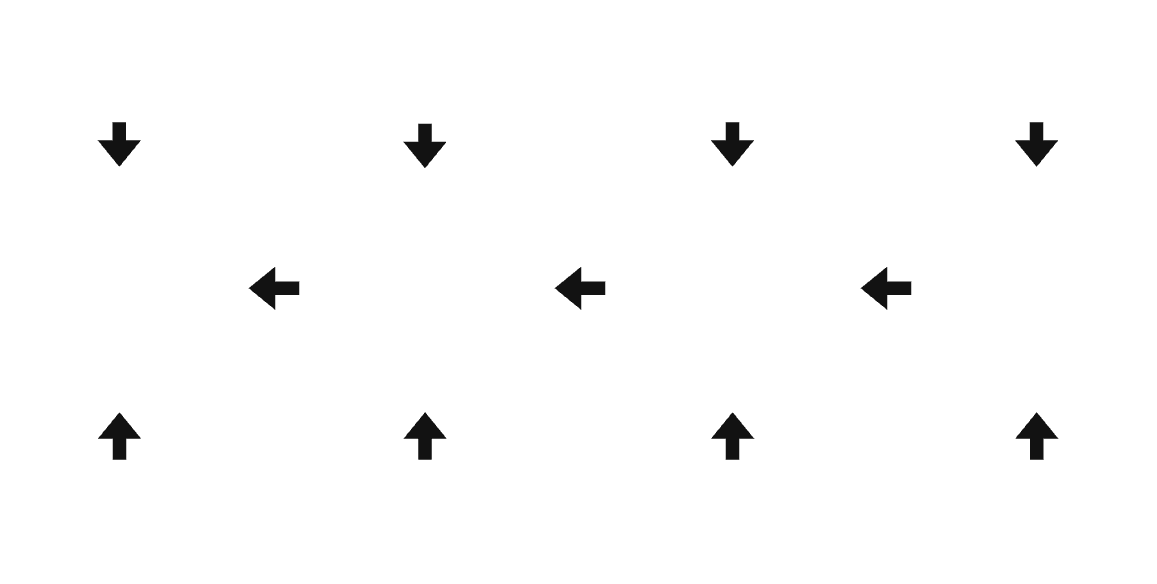
Earlier version of the draw.io export docs/software-arch.drawio.png (RogerVFbr/agentic-ai-content-gen). Source tidied: cells renumbered, new cells last; positions are measured from the earlier drawing's top-left corner, leaving out a move shared by most shapes. Its diagram source:
```xml
<mxGraphModel background="#000000">
  <root>
    <mxCell id="0" />
    <mxCell id="1" parent="0" />
    <mxCell id="2" value="&lt;b&gt;Crosscutting&lt;/b&gt;&lt;div&gt;&lt;br&gt;&lt;div&gt;Base utility implementations&lt;/div&gt;&lt;/div&gt;" style="fillColor=none;strokeColor=default;dashed=0;verticalAlign=top;fontStyle=0;fontColor=#FFFFFF;whiteSpace=wrap;html=1;spacingTop=8;" parent="1" vertex="1">
      <mxGeometry y="314" width="770" height="74" as="geometry" />
    </mxCell>
    <mxCell id="3" value="&lt;b&gt;Configurations&lt;/b&gt;&lt;div&gt;&lt;br&gt;&lt;div&gt;Environment variables loading and validation, configuration parsing, DI container instantiation&lt;/div&gt;&lt;/div&gt;" style="fillColor=none;strokeColor=default;dashed=0;verticalAlign=top;fontStyle=0;fontColor=#FFFFFF;whiteSpace=wrap;html=1;spacingTop=8;" parent="1" vertex="1">
      <mxGeometry width="770" height="74" as="geometry" />
    </mxCell>
    <mxCell id="4" value="&lt;b&gt;Controllers&lt;/b&gt;&lt;div&gt;&lt;br&gt;&lt;div&gt;Application Entrypoints&lt;/div&gt;&lt;div&gt;Application Lifecycle&lt;/div&gt;&lt;/div&gt;&lt;div&gt;Exception Handling&lt;/div&gt;&lt;div&gt;Latency Telemetry&lt;/div&gt;" style="fillColor=none;strokeColor=default;dashed=0;verticalAlign=top;fontStyle=0;fontColor=#FFFFFF;whiteSpace=wrap;html=1;spacingTop=8;spacingLeft=8;spacingRight=8;" parent="1" vertex="1">
      <mxGeometry y="118" width="159" height="148" as="geometry" />
    </mxCell>
    <mxCell id="5" value="&lt;b&gt;Agents&lt;/b&gt;&lt;div&gt;&lt;br&gt;&lt;div&gt;Nodes&lt;/div&gt;&lt;/div&gt;&lt;div&gt;Prompts&lt;/div&gt;&lt;div&gt;Orchestration&lt;/div&gt;&lt;div&gt;State&lt;/div&gt;" style="fillColor=none;strokeColor=default;dashed=0;verticalAlign=top;fontStyle=0;fontColor=#FFFFFF;whiteSpace=wrap;html=1;spacingTop=8;spacingLeft=8;spacingRight=8;" parent="1" vertex="1">
      <mxGeometry x="204" y="118" width="158.5" height="148" as="geometry" />
    </mxCell>
    <mxCell id="6" value="&lt;b&gt;Repositories&lt;/b&gt;&lt;div&gt;&lt;br&gt;&lt;div&gt;Downstream Telemetry&lt;/div&gt;&lt;/div&gt;&lt;div&gt;Exception Handling&lt;/div&gt;&lt;div&gt;Retrying&lt;/div&gt;&lt;div&gt;Quota Management&lt;/div&gt;&lt;div&gt;Semantic Caching&lt;/div&gt;&lt;div&gt;Fallback Handling&lt;/div&gt;" style="fillColor=none;strokeColor=default;dashed=0;verticalAlign=top;fontStyle=0;fontColor=#FFFFFF;whiteSpace=wrap;html=1;spacingTop=8;spacingLeft=8;spacingRight=8;" parent="1" vertex="1">
      <mxGeometry x="409" y="118" width="158.5" height="148" as="geometry" />
    </mxCell>
    <mxCell id="7" value="&lt;b&gt;Infrastructure&lt;/b&gt;&lt;div&gt;&lt;br&gt;&lt;div&gt;Client Wrappers&lt;/div&gt;&lt;/div&gt;" style="fillColor=none;strokeColor=default;dashed=0;verticalAlign=top;fontStyle=0;fontColor=#FFFFFF;whiteSpace=wrap;html=1;spacingTop=8;spacingLeft=8;spacingRight=8;" parent="1" vertex="1">
      <mxGeometry x="612" y="118" width="158" height="148" as="geometry" />
    </mxCell>
    <mxCell id="8" style="shape=flexArrow;endArrow=classic;html=1;rounded=0;fillColor=default;" parent="1" edge="1">
      <mxGeometry relative="1" as="geometry">
        <mxPoint x="79.1" y="80" as="sourcePoint" />
        <mxPoint x="79.1" y="112" as="targetPoint" />
      </mxGeometry>
    </mxCell>
    <mxCell id="9" style="shape=flexArrow;endArrow=classic;html=1;rounded=0;fillColor=default;" parent="1" edge="1">
      <mxGeometry relative="1" as="geometry">
        <mxPoint x="282.8" y="81" as="sourcePoint" />
        <mxPoint x="282.8" y="113" as="targetPoint" />
      </mxGeometry>
    </mxCell>
    <mxCell id="10" style="shape=flexArrow;endArrow=classic;html=1;rounded=0;fillColor=default;" parent="1" edge="1">
      <mxGeometry relative="1" as="geometry">
        <mxPoint x="487.8" y="80" as="sourcePoint" />
        <mxPoint x="487.8" y="112" as="targetPoint" />
      </mxGeometry>
    </mxCell>
    <mxCell id="11" style="shape=flexArrow;endArrow=classic;html=1;rounded=0;fillColor=default;" parent="1" edge="1">
      <mxGeometry relative="1" as="geometry">
        <mxPoint x="690.6" y="80" as="sourcePoint" />
        <mxPoint x="690.6" y="112" as="targetPoint" />
      </mxGeometry>
    </mxCell>
    <mxCell id="12" style="shape=flexArrow;endArrow=classic;html=1;rounded=0;fillColor=default;" parent="1" edge="1">
      <mxGeometry relative="1" as="geometry">
        <mxPoint x="79.2" y="307" as="sourcePoint" />
        <mxPoint x="79.2" y="273" as="targetPoint" />
      </mxGeometry>
    </mxCell>
    <mxCell id="13" style="shape=flexArrow;endArrow=classic;html=1;rounded=0;fillColor=default;" parent="1" edge="1">
      <mxGeometry relative="1" as="geometry">
        <mxPoint x="282.9" y="307" as="sourcePoint" />
        <mxPoint x="282.9" y="273" as="targetPoint" />
      </mxGeometry>
    </mxCell>
    <mxCell id="14" style="shape=flexArrow;endArrow=classic;html=1;rounded=0;fillColor=default;" parent="1" edge="1">
      <mxGeometry relative="1" as="geometry">
        <mxPoint x="487.9" y="307" as="sourcePoint" />
        <mxPoint x="487.9" y="273" as="targetPoint" />
      </mxGeometry>
    </mxCell>
    <mxCell id="15" style="shape=flexArrow;endArrow=classic;html=1;rounded=0;fillColor=default;" parent="1" edge="1">
      <mxGeometry relative="1" as="geometry">
        <mxPoint x="690.7" y="307" as="sourcePoint" />
        <mxPoint x="690.7" y="273" as="targetPoint" />
      </mxGeometry>
    </mxCell>
    <mxCell id="16" style="shape=flexArrow;endArrow=classic;html=1;rounded=0;fillColor=default;" parent="1" edge="1">
      <mxGeometry relative="1" as="geometry">
        <mxPoint x="608" y="191.7" as="sourcePoint" />
        <mxPoint x="572" y="191.7" as="targetPoint" />
      </mxGeometry>
    </mxCell>
    <mxCell id="17" style="shape=flexArrow;endArrow=classic;html=1;rounded=0;fillColor=default;" parent="1" edge="1">
      <mxGeometry relative="1" as="geometry">
        <mxPoint x="404" y="191.7" as="sourcePoint" />
        <mxPoint x="368" y="191.7" as="targetPoint" />
      </mxGeometry>
    </mxCell>
    <mxCell id="18" style="shape=flexArrow;endArrow=classic;html=1;rounded=0;fillColor=default;" parent="1" edge="1">
      <mxGeometry relative="1" as="geometry">
        <mxPoint x="200" y="191.7" as="sourcePoint" />
        <mxPoint x="164" y="191.7" as="targetPoint" />
      </mxGeometry>
    </mxCell>
  </root>
</mxGraphModel>
```
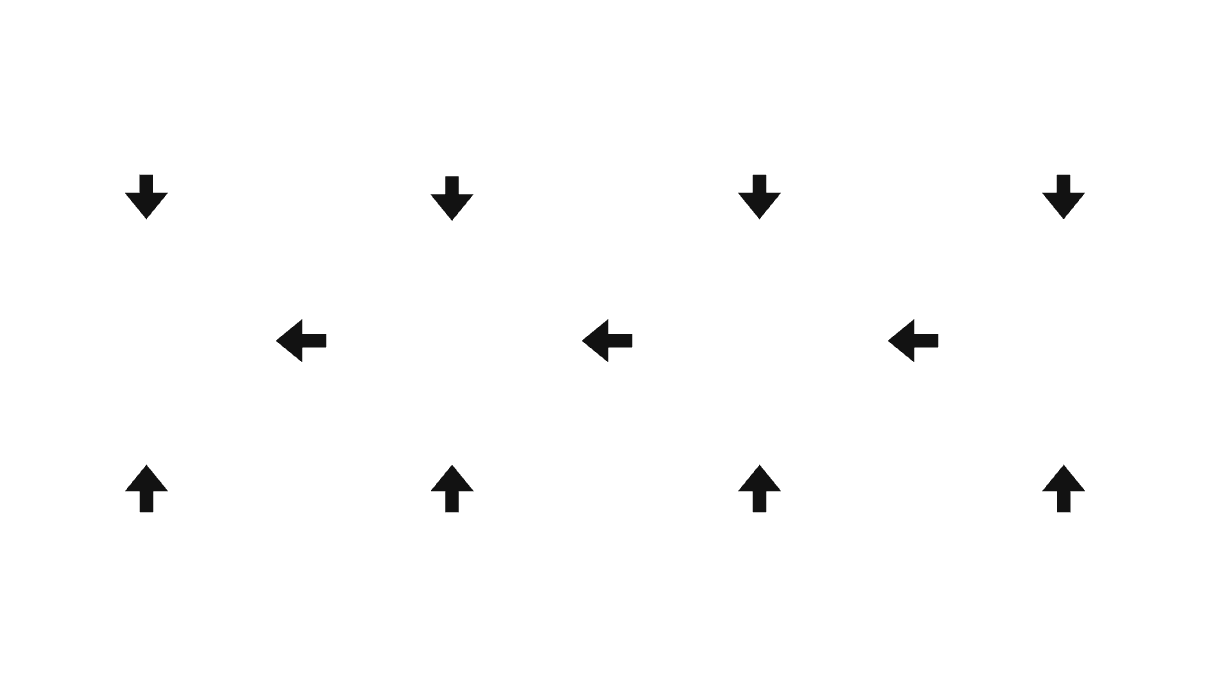
After the commit.

What changed in the source:
```diff
@@ -86,5 +86,8 @@
         <mxPoint x="164" y="191.7" as="targetPoint" />
       </mxGeometry>
     </mxCell>
+    <mxCell id="19" style="rounded=0;whiteSpace=wrap;html=1;fillColor=none;strokeColor=none;" parent="1" vertex="1">
+      <mxGeometry x="-18" y="-35" width="811" height="454" as="geometry" />
+    </mxCell>
   </root>
 </mxGraphModel>
```
